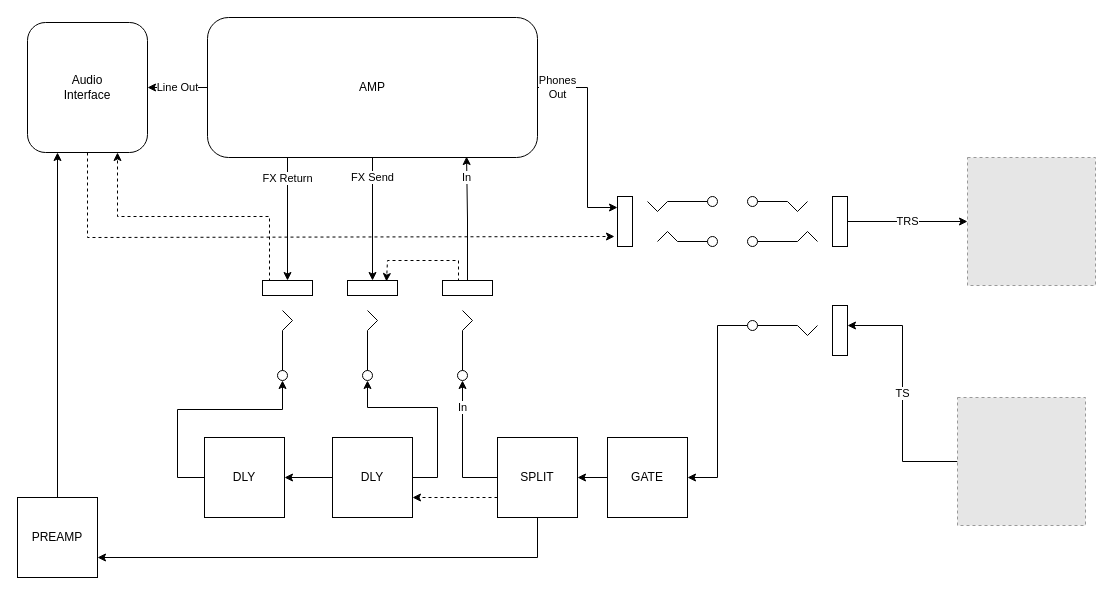
This is page "Page-1" (1 of 2) of Guitar Amp monitoring.drawio from seredkin/drawio, a draw.io file, before an edit. Source tidied: cells renumbered, new cells numbered last; positions are measured from the earlier drawing's top-left corner, leaving out a move shared by most shapes. Both pictures are drawn from the tidied source at 100%, with x=0, y=0 at pixel (17, 17). Pictures stored in the file or linked from it are replaced by grey dashed boxes.
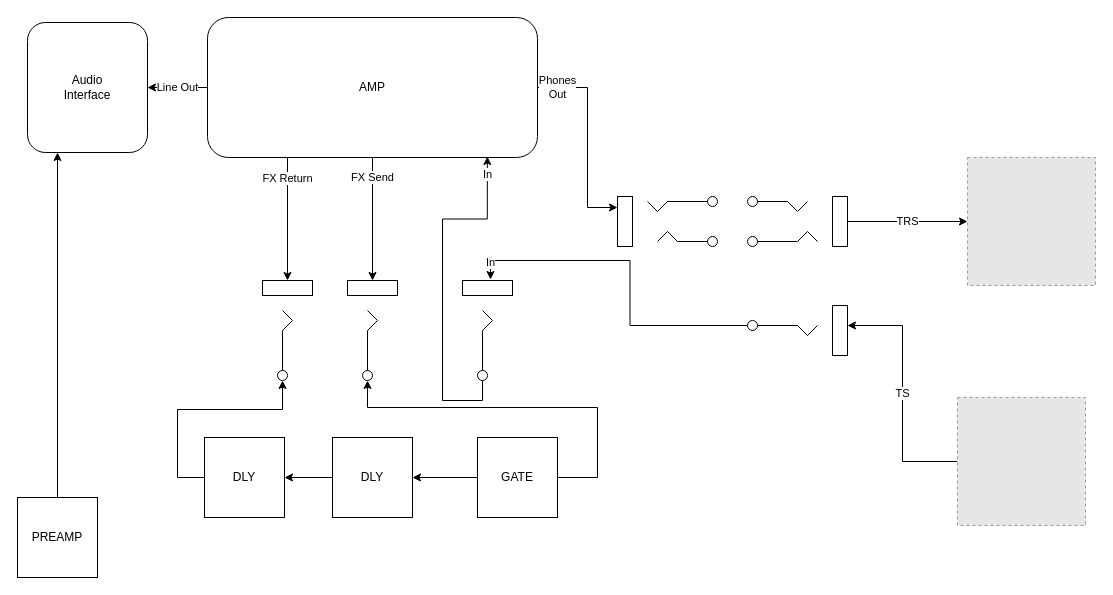
The same page after the edit.

The change refers to these unchanged cells:
```xml
<mxCell id="3" style="verticalLabelPosition=bottom;shadow=0;dashed=0;align=center;html=1;verticalAlign=top;shape=mxgraph.electrical.miscellaneous.2_conductor_jack;flipH=1;" parent="1" vertex="1">
  <mxGeometry x="730" y="288" width="100" height="50" as="geometry" />
</mxCell>
<mxCell id="10" value="DLY" style="whiteSpace=wrap;html=1;" parent="1" vertex="1">
  <mxGeometry x="315" y="420" width="80" height="80" as="geometry" />
</mxCell>
<mxCell id="15" value="AMP" style="rounded=1;whiteSpace=wrap;html=1;" parent="1" vertex="1">
  <mxGeometry x="190" width="330" height="140" as="geometry" />
</mxCell>
<mxCell id="25" value="Audio&lt;br&gt;Interface" style="rounded=1;whiteSpace=wrap;html=1;" parent="1" vertex="1">
  <mxGeometry x="10" y="5" width="120" height="130" as="geometry" />
</mxCell>
<mxCell id="27" style="verticalLabelPosition=bottom;shadow=0;dashed=0;align=center;html=1;verticalAlign=top;shape=mxgraph.electrical.miscellaneous.3_conductor_jack;rotation=0;" parent="1" vertex="1">
  <mxGeometry x="600" y="179" width="100" height="50" as="geometry" />
</mxCell>
<mxCell id="32" value="PREAMP" style="whiteSpace=wrap;html=1;" parent="1" vertex="1">
  <mxGeometry y="480" width="80" height="80" as="geometry" />
</mxCell>
<mxCell id="34" style="verticalLabelPosition=bottom;shadow=0;dashed=0;align=center;html=1;verticalAlign=top;shape=mxgraph.electrical.miscellaneous.2_conductor_jack;flipH=1;rotation=-90;" parent="1" vertex="1">
  <mxGeometry x="220" y="288" width="100" height="50" as="geometry" />
</mxCell>
<mxCell id="35" style="verticalLabelPosition=bottom;shadow=0;dashed=0;align=center;html=1;verticalAlign=top;shape=mxgraph.electrical.miscellaneous.2_conductor_jack;flipH=1;rotation=-90;" parent="1" vertex="1">
  <mxGeometry x="305" y="288" width="100" height="50" as="geometry" />
</mxCell>
```

Diff of the diagram source:
```diff
@@
-    <mxCell id="2" style="edgeStyle=orthogonalEdgeStyle;rounded=0;jettySize=auto;html=1;entryX=1;entryY=0.5;entryDx=0;entryDy=0;exitX=1;exitY=0.4;exitDx=0;exitDy=0;exitPerimeter=0;" parent="1" edge="1" source="3" target="7">
-      <mxGeometry relative="1" as="geometry" />
+    <mxCell id="2" value="In" style="edgeStyle=orthogonalEdgeStyle;rounded=0;jettySize=auto;html=1;entryX=0.848;entryY=0.993;entryDx=0;entryDy=0;exitX=1;exitY=0.4;exitDx=0;exitDy=0;exitPerimeter=0;entryPerimeter=0;" parent="1" edge="1" source="36" target="15">
+      <mxGeometry x="0.9" relative="1" as="geometry" />
     </mxCell>
@@
-    <mxCell id="6" value="In" style="edgeStyle=orthogonalEdgeStyle;rounded=0;jettySize=auto;html=1;entryX=0.785;entryY=0.993;entryDx=0;entryDy=0;exitX=0.05;exitY=0.5;exitDx=0;exitDy=0;exitPerimeter=0;entryPerimeter=0;" parent="1" edge="1" source="30" target="15">
-      <mxGeometry x="0.68" relative="1" as="geometry" />
-    </mxCell>
     <mxCell id="7" value="GATE" style="whiteSpace=wrap;html=1;" parent="1" vertex="1">
-      <mxGeometry x="590" y="420" width="80" height="80" as="geometry" />
+      <mxGeometry x="460" y="420" width="80" height="80" as="geometry" />
     </mxCell>
@@
-    <mxCell id="9" style="edgeStyle=orthogonalEdgeStyle;rounded=0;jettySize=auto;html=1;entryX=1;entryY=0.4;entryDx=0;entryDy=0;entryPerimeter=0;startArrow=none;startFill=0;endArrow=classic;endFill=1;exitX=1;exitY=0.25;exitDx=0;exitDy=0;" parent="1" edge="1" source="10" target="35">
+    <mxCell id="9" style="edgeStyle=orthogonalEdgeStyle;rounded=0;jettySize=auto;html=1;entryX=1;entryY=0.4;entryDx=0;entryDy=0;entryPerimeter=0;startArrow=none;startFill=0;endArrow=classic;endFill=1;exitX=1;exitY=0.5;exitDx=0;exitDy=0;" parent="1" edge="1" source="7" target="35">
       <mxGeometry relative="1" as="geometry">
         <Array as="points">
-          <mxPoint x="395" y="460" />
-          <mxPoint x="420" y="460" />
-          <mxPoint x="420" y="390" />
+          <mxPoint x="580" y="460" />
+          <mxPoint x="580" y="390" />
           <mxPoint x="350" y="390" />
         </Array>
       </mxGeometry>
     </mxCell>
@@
-    <mxCell id="17" style="edgeStyle=orthogonalEdgeStyle;rounded=0;jettySize=auto;html=1;entryX=0.75;entryY=1;entryDx=0;entryDy=0;startArrow=none;startFill=0;endArrow=classic;endFill=1;dashed=1;exitX=0.01;exitY=0.14;exitDx=0;exitDy=0;exitPerimeter=0;" parent="1" edge="1" source="34" target="25">
-      <mxGeometry relative="1" as="geometry" />
-    </mxCell>
@@
-    <mxCell id="20" style="edgeStyle=orthogonalEdgeStyle;rounded=0;jettySize=auto;html=1;startArrow=classic;startFill=1;endArrow=none;endFill=0;" parent="1" edge="1" source="23" target="7">
+    <mxCell id="20" style="edgeStyle=orthogonalEdgeStyle;rounded=0;jettySize=auto;html=1;startArrow=classic;startFill=1;endArrow=none;endFill=0;exitX=1;exitY=0.5;exitDx=0;exitDy=0;" parent="1" edge="1" source="10" target="7">
       <mxGeometry relative="1" as="geometry" />
     </mxCell>
@@
-    <mxCell id="22" style="edgeStyle=orthogonalEdgeStyle;rounded=0;jettySize=auto;html=1;entryX=1;entryY=0.75;entryDx=0;entryDy=0;dashed=1;startArrow=none;startFill=0;endArrow=classic;endFill=1;exitX=0;exitY=0.75;exitDx=0;exitDy=0;" parent="1" edge="1" source="23" target="10">
-      <mxGeometry relative="1" as="geometry" />
-    </mxCell>
-    <mxCell id="23" value="SPLIT" style="whiteSpace=wrap;html=1;" parent="1" vertex="1">
-      <mxGeometry x="480" y="420" width="80" height="80" as="geometry" />
-    </mxCell>
-    <mxCell id="24" style="edgeStyle=orthogonalEdgeStyle;rounded=0;jettySize=auto;html=1;entryX=-0.03;entryY=0.8;entryDx=0;entryDy=0;entryPerimeter=0;dashed=1;startArrow=none;startFill=0;endArrow=classic;endFill=1;" parent="1" edge="1" source="25" target="27">
-      <mxGeometry relative="1" as="geometry">
-        <Array as="points">
-          <mxPoint x="70" y="220" />
-        </Array>
-      </mxGeometry>
-    </mxCell>
@@
-    <mxCell id="29" style="edgeStyle=orthogonalEdgeStyle;rounded=0;jettySize=auto;html=1;entryX=0.01;entryY=0.78;entryDx=0;entryDy=0;entryPerimeter=0;startArrow=none;startFill=0;endArrow=classic;endFill=1;exitX=0.01;exitY=0.32;exitDx=0;exitDy=0;exitPerimeter=0;dashed=1;" parent="1" edge="1" source="30" target="35">
-      <mxGeometry relative="1" as="geometry">
-        <Array as="points">
-          <mxPoint x="441" y="243" />
-          <mxPoint x="370" y="243" />
-        </Array>
-      </mxGeometry>
-    </mxCell>
-    <mxCell id="30" style="verticalLabelPosition=bottom;shadow=0;dashed=0;align=center;html=1;verticalAlign=top;shape=mxgraph.electrical.miscellaneous.2_conductor_jack;flipH=1;rotation=-90;" parent="1" vertex="1">
-      <mxGeometry x="400" y="288" width="100" height="50" as="geometry" />
-    </mxCell>
-    <mxCell id="31" value="In" style="edgeStyle=orthogonalEdgeStyle;rounded=0;jettySize=auto;html=1;entryX=1;entryY=0.4;entryDx=0;entryDy=0;exitX=0;exitY=0.5;exitDx=0;exitDy=0;entryPerimeter=0;" parent="1" edge="1" source="23" target="30">
-      <mxGeometry x="0.59" relative="1" as="geometry" />
-    </mxCell>
@@
-    <mxCell id="33" style="edgeStyle=orthogonalEdgeStyle;rounded=0;jettySize=auto;html=1;startArrow=none;startFill=0;endArrow=classic;endFill=1;entryX=1;entryY=0.75;entryDx=0;entryDy=0;" parent="1" edge="1" source="23" target="32">
-      <mxGeometry relative="1" as="geometry">
-        <Array as="points">
-          <mxPoint x="520" y="540" />
-        </Array>
-      </mxGeometry>
-    </mxCell>
@@
+    <mxCell id="36" style="verticalLabelPosition=bottom;shadow=0;dashed=0;align=center;html=1;verticalAlign=top;shape=mxgraph.electrical.miscellaneous.2_conductor_jack;flipH=1;rotation=-90;" parent="1" vertex="1">
+      <mxGeometry x="420" y="288" width="100" height="50" as="geometry" />
+    </mxCell>
+    <mxCell id="37" value="In" style="edgeStyle=orthogonalEdgeStyle;rounded=0;jettySize=auto;html=1;entryX=-0.01;entryY=0.56;entryDx=0;entryDy=0;exitX=1;exitY=0.4;exitDx=0;exitDy=0;exitPerimeter=0;entryPerimeter=0;" parent="1" edge="1" source="3" target="36">
+      <mxGeometry x="0.9" relative="1" as="geometry" />
+    </mxCell>
```
